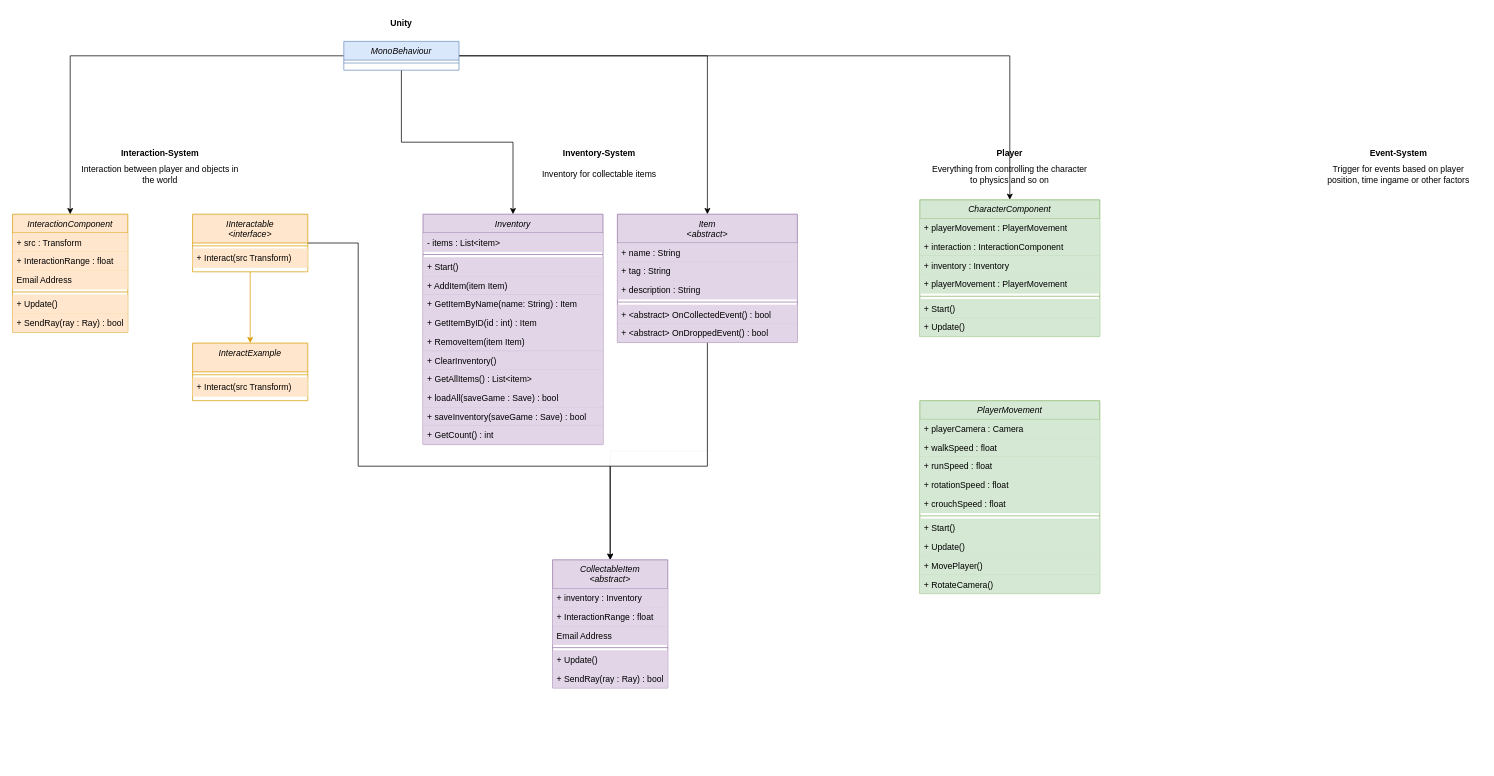
Earlier version of the draw.io diagram Diagrams/ClassDiagrams/Scene1.drawio (FischkopDev/Game-development-AP-Uni-Heidelberg). Source tidied: cells renumbered, new cells numbered last; positions are measured from the earlier drawing's top-left corner, leaving out a move shared by most shapes. Both pictures are drawn from the tidied source at 72%, with x=0, y=0 at pixel (12, 12).
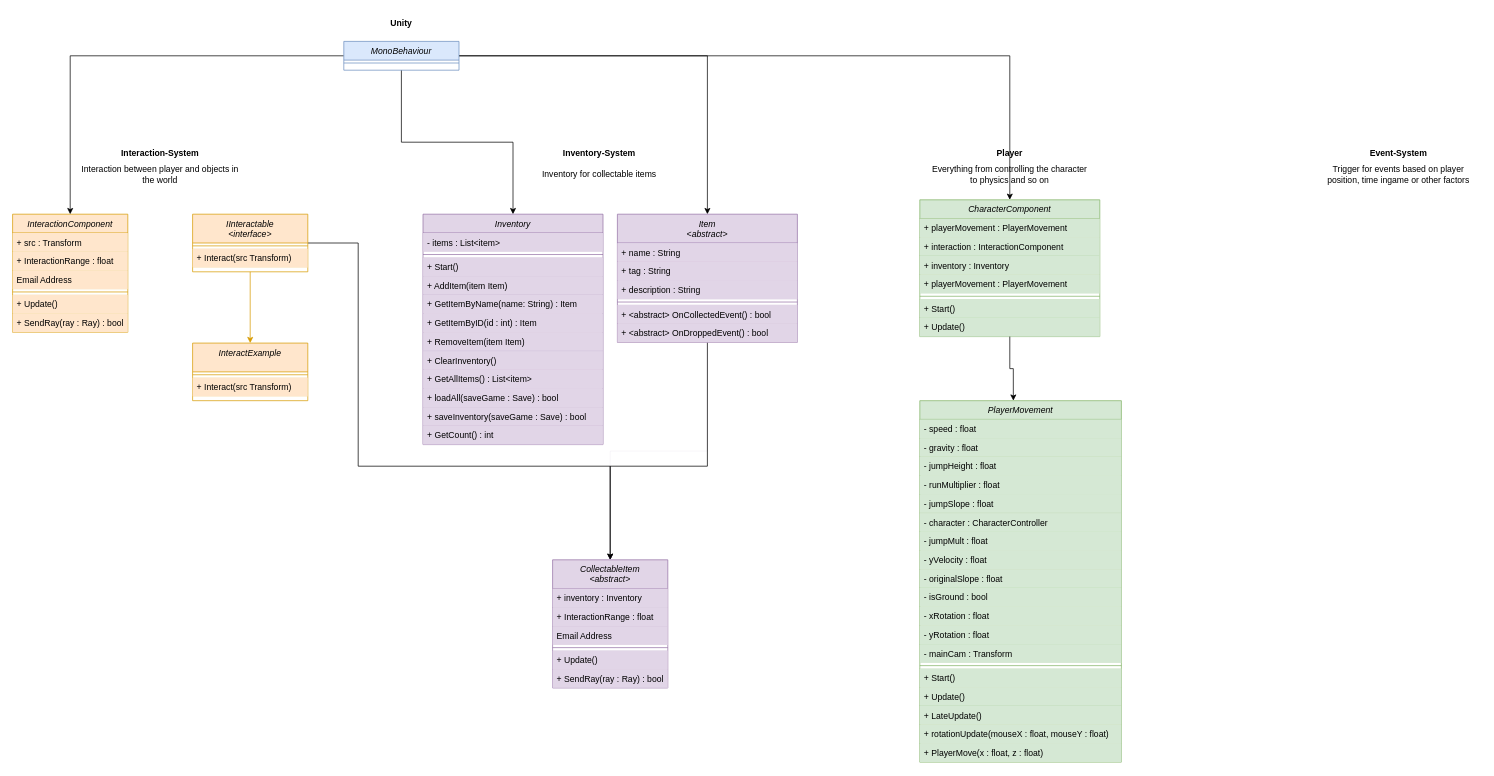
After the change.

Unchanged cells that the change refers to:
```xml
<mxCell id="61" value="CharacterComponent" style="swimlane;fontStyle=2;align=center;verticalAlign=top;horizontal=1;startSize=26;rounded=0;shadow=0;strokeWidth=1;fillColor=#d5e8d4;strokeColor=#82b366;" parent="1" vertex="1">
  <mxGeometry x="1260" y="260" width="250" height="190" as="geometry" />
</mxCell>
```

What changed in the source:
```diff
@@
     <mxCell id="69" value="PlayerMovement" style="swimlane;fontStyle=2;align=center;verticalAlign=top;horizontal=1;startSize=26;rounded=0;shadow=0;strokeWidth=1;fillColor=#d5e8d4;strokeColor=#82b366;" parent="1" vertex="1">
-      <mxGeometry x="1260" y="539" width="250" height="268" as="geometry" />
+      <mxGeometry x="1260" y="539" width="280" height="502" as="geometry" />
     </mxCell>
-    <mxCell id="70" value="+ playerCamera : Camera" style="text;align=left;verticalAlign=top;spacingLeft=4;spacingRight=4;overflow=hidden;fillColor=#d5e8d4;strokeColor=#82b366;strokeWidth=0;" parent="69" vertex="1">
-      <mxGeometry y="26" width="250" height="26" as="geometry" />
+    <mxCell id="70" value="- speed : float" style="text;align=left;verticalAlign=top;spacingLeft=4;spacingRight=4;overflow=hidden;fillColor=#d5e8d4;strokeColor=#82b366;strokeWidth=0;" parent="69" vertex="1">
+      <mxGeometry y="26" width="280" height="26" as="geometry" />
     </mxCell>
-    <mxCell id="71" value="+ walkSpeed : float" style="text;align=left;verticalAlign=top;spacingLeft=4;spacingRight=4;overflow=hidden;fillColor=#d5e8d4;strokeColor=#82b366;strokeWidth=0;" parent="69" vertex="1">
-      <mxGeometry y="52" width="250" height="26" as="geometry" />
+    <mxCell id="71" value="- gravity : float" style="text;align=left;verticalAlign=top;spacingLeft=4;spacingRight=4;overflow=hidden;fillColor=#d5e8d4;strokeColor=#82b366;strokeWidth=0;" parent="69" vertex="1">
+      <mxGeometry y="52" width="280" height="26" as="geometry" />
     </mxCell>
-    <mxCell id="72" value="+ runSpeed : float" style="text;align=left;verticalAlign=top;spacingLeft=4;spacingRight=4;overflow=hidden;fillColor=#d5e8d4;strokeColor=#82b366;strokeWidth=0;" parent="69" vertex="1">
-      <mxGeometry y="78" width="250" height="26" as="geometry" />
+    <mxCell id="72" value="- jumpHeight : float" style="text;align=left;verticalAlign=top;spacingLeft=4;spacingRight=4;overflow=hidden;fillColor=#d5e8d4;strokeColor=#82b366;strokeWidth=0;" parent="69" vertex="1">
+      <mxGeometry y="78" width="280" height="26" as="geometry" />
     </mxCell>
-    <mxCell id="73" value="+ rotationSpeed : float" style="text;align=left;verticalAlign=top;spacingLeft=4;spacingRight=4;overflow=hidden;fillColor=#d5e8d4;strokeColor=#82b366;strokeWidth=0;" parent="69" vertex="1">
-      <mxGeometry y="104" width="250" height="26" as="geometry" />
+    <mxCell id="73" value="- runMultiplier : float" style="text;align=left;verticalAlign=top;spacingLeft=4;spacingRight=4;overflow=hidden;fillColor=#d5e8d4;strokeColor=#82b366;strokeWidth=0;" parent="69" vertex="1">
+      <mxGeometry y="104" width="280" height="26" as="geometry" />
     </mxCell>
-    <mxCell id="74" value="+ crouchSpeed : float" style="text;align=left;verticalAlign=top;spacingLeft=4;spacingRight=4;overflow=hidden;fillColor=#d5e8d4;strokeColor=#82b366;strokeWidth=0;" parent="69" vertex="1">
-      <mxGeometry y="130" width="250" height="26" as="geometry" />
+    <mxCell id="74" value="- jumpSlope : float" style="text;align=left;verticalAlign=top;spacingLeft=4;spacingRight=4;overflow=hidden;fillColor=#d5e8d4;strokeColor=#82b366;strokeWidth=0;" parent="69" vertex="1">
+      <mxGeometry y="130" width="280" height="26" as="geometry" />
     </mxCell>
+    <mxCell id="80" value="- character : CharacterController" style="text;align=left;verticalAlign=top;spacingLeft=4;spacingRight=4;overflow=hidden;fillColor=#d5e8d4;strokeColor=#82b366;strokeWidth=0;" parent="69" vertex="1">
+      <mxGeometry y="156" width="280" height="26" as="geometry" />
+    </mxCell>
+    <mxCell id="81" value="- jumpMult : float   " style="text;align=left;verticalAlign=top;spacingLeft=4;spacingRight=4;overflow=hidden;fillColor=#d5e8d4;strokeColor=#82b366;strokeWidth=0;" parent="69" vertex="1">
+      <mxGeometry y="182" width="280" height="26" as="geometry" />
+    </mxCell>
+    <mxCell id="82" value="- yVelocity : float" style="text;align=left;verticalAlign=top;spacingLeft=4;spacingRight=4;overflow=hidden;fillColor=#d5e8d4;strokeColor=#82b366;strokeWidth=0;" parent="69" vertex="1">
+      <mxGeometry y="208" width="280" height="26" as="geometry" />
+    </mxCell>
+    <mxCell id="83" value="- originalSlope : float" style="text;align=left;verticalAlign=top;spacingLeft=4;spacingRight=4;overflow=hidden;fillColor=#d5e8d4;strokeColor=#82b366;strokeWidth=0;" parent="69" vertex="1">
+      <mxGeometry y="234" width="280" height="26" as="geometry" />
+    </mxCell>
+    <mxCell id="84" value="- isGround : bool" style="text;align=left;verticalAlign=top;spacingLeft=4;spacingRight=4;overflow=hidden;fillColor=#d5e8d4;strokeColor=#82b366;strokeWidth=0;" parent="69" vertex="1">
+      <mxGeometry y="260" width="280" height="26" as="geometry" />
+    </mxCell>
+    <mxCell id="85" value="- xRotation : float" style="text;align=left;verticalAlign=top;spacingLeft=4;spacingRight=4;overflow=hidden;fillColor=#d5e8d4;strokeColor=#82b366;strokeWidth=0;" parent="69" vertex="1">
+      <mxGeometry y="286" width="280" height="26" as="geometry" />
+    </mxCell>
+    <mxCell id="86" value="- yRotation : float" style="text;align=left;verticalAlign=top;spacingLeft=4;spacingRight=4;overflow=hidden;fillColor=#d5e8d4;strokeColor=#82b366;strokeWidth=0;" parent="69" vertex="1">
+      <mxGeometry y="312" width="280" height="26" as="geometry" />
+    </mxCell>
+    <mxCell id="87" value="- mainCam : Transform" style="text;align=left;verticalAlign=top;spacingLeft=4;spacingRight=4;overflow=hidden;fillColor=#d5e8d4;strokeColor=#82b366;strokeWidth=0;" parent="69" vertex="1">
+      <mxGeometry y="338" width="280" height="26" as="geometry" />
+    </mxCell>
     <mxCell id="75" style="line;html=1;strokeWidth=1;align=left;verticalAlign=middle;spacingTop=-1;spacingLeft=3;spacingRight=3;labelPosition=right;fillColor=#d5e8d4;strokeColor=#82b366;" parent="69" vertex="1">
-      <mxGeometry y="156" width="250" height="8" as="geometry" />
+      <mxGeometry y="364" width="280" height="8" as="geometry" />
     </mxCell>
     <mxCell id="76" value="+ Start()" style="text;align=left;verticalAlign=top;spacingLeft=4;spacingRight=4;overflow=hidden;fillColor=#d5e8d4;strokeColor=#82b366;strokeWidth=0;" parent="69" vertex="1">
-      <mxGeometry y="164" width="250" height="26" as="geometry" />
+      <mxGeometry y="372" width="280" height="26" as="geometry" />
     </mxCell>
     <mxCell id="77" value="+ Update()" style="text;align=left;verticalAlign=top;spacingLeft=4;spacingRight=4;overflow=hidden;fillColor=#d5e8d4;strokeColor=#82b366;strokeWidth=0;" parent="69" vertex="1">
-      <mxGeometry y="190" width="250" height="26" as="geometry" />
+      <mxGeometry y="398" width="280" height="26" as="geometry" />
     </mxCell>
-    <mxCell id="78" value="+ MovePlayer()" style="text;align=left;verticalAlign=top;spacingLeft=4;spacingRight=4;overflow=hidden;fillColor=#d5e8d4;strokeColor=#82b366;strokeWidth=0;" parent="69" vertex="1">
-      <mxGeometry y="216" width="250" height="26" as="geometry" />
+    <mxCell id="78" value="+ LateUpdate()" style="text;align=left;verticalAlign=top;spacingLeft=4;spacingRight=4;overflow=hidden;fillColor=#d5e8d4;strokeColor=#82b366;strokeWidth=0;" parent="69" vertex="1">
+      <mxGeometry y="424" width="280" height="26" as="geometry" />
     </mxCell>
+    <mxCell id="88" value="+ rotationUpdate(mouseX : float, mouseY : float)" style="text;align=left;verticalAlign=top;spacingLeft=4;spacingRight=4;overflow=hidden;fillColor=#d5e8d4;strokeColor=#82b366;strokeWidth=0;" parent="69" vertex="1">
+      <mxGeometry y="450" width="280" height="26" as="geometry" />
+    </mxCell>
-    <mxCell id="79" value="+ RotateCamera()" style="text;align=left;verticalAlign=top;spacingLeft=4;spacingRight=4;overflow=hidden;fillColor=#d5e8d4;strokeColor=#82b366;strokeWidth=0;" parent="69" vertex="1">
-      <mxGeometry y="242" width="250" height="26" as="geometry" />
+    <mxCell id="79" value="+ PlayerMove(x : float, z : float)" style="text;align=left;verticalAlign=top;spacingLeft=4;spacingRight=4;overflow=hidden;fillColor=#d5e8d4;strokeColor=#82b366;strokeWidth=0;" parent="69" vertex="1">
+      <mxGeometry y="476" width="280" height="26" as="geometry" />
     </mxCell>
+    <mxCell id="89" style="edgeStyle=orthogonalEdgeStyle;rounded=0;jettySize=auto;html=1;entryX=0.464;entryY=0;entryDx=0;entryDy=0;entryPerimeter=0;" parent="1" edge="1" source="61" target="69">
+      <mxGeometry relative="1" as="geometry" />
+    </mxCell>
```
